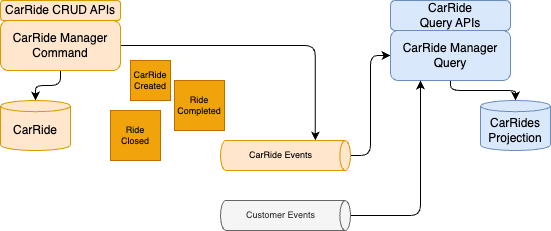
Earlier version of the draw.io export docs/diagrams/cqrs-es.drawio.png (jbcodeforce/autonomous-car-iac). Source tidied: cells renumbered, new cells last; positions are measured from the earlier drawing's top-left corner, leaving out a move shared by most shapes.
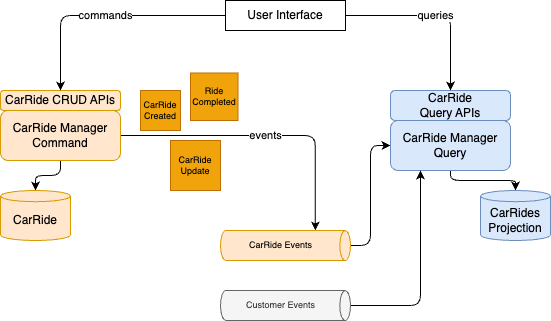
The same diagram one commit later.

Change to the diagram source:
```diff
@@ -2,7 +2,7 @@
   <root>
     <mxCell id="0" />
     <mxCell id="1" parent="0" />
-    <mxCell id="2" style="edgeStyle=orthogonalEdgeStyle;html=1;entryX=0;entryY=0;entryDx=0;entryDy=35.16603088378906;entryPerimeter=0;" parent="1" edge="1" source="4" target="7">
+    <mxCell id="2" value="events" style="edgeStyle=orthogonalEdgeStyle;html=1;entryX=0;entryY=0;entryDx=0;entryDy=35.16603088378906;entryPerimeter=0;" parent="1" edge="1" source="4" target="7">
       <mxGeometry relative="1" as="geometry" />
     </mxCell>
     <mxCell id="3" style="edgeStyle=orthogonalEdgeStyle;html=1;entryX=0.5;entryY=0;entryDx=0;entryDy=0;entryPerimeter=0;" parent="1" edge="1" source="4" target="11">
@@ -12,7 +12,7 @@
       <mxGeometry y="20" width="120" height="50" as="geometry" />
     </mxCell>
     <mxCell id="5" value="CarRide&lt;br&gt;Created" style="whiteSpace=wrap;html=1;fillColor=#f0a30a;fontColor=#000000;strokeColor=#BD7000;fontSize=9;" parent="1" vertex="1">
-      <mxGeometry x="130" y="60" width="40" height="40" as="geometry" />
+      <mxGeometry x="140" width="40" height="40" as="geometry" />
     </mxCell>
     <mxCell id="6" style="edgeStyle=orthogonalEdgeStyle;html=1;entryX=0;entryY=0.5;entryDx=0;entryDy=0;" parent="1" edge="1" source="7" target="13">
       <mxGeometry relative="1" as="geometry" />
@@ -21,10 +21,10 @@
       <mxGeometry x="270" y="90" width="30" height="130" as="geometry" />
     </mxCell>
     <mxCell id="8" value="Ride Completed" style="whiteSpace=wrap;html=1;fillColor=#f0a30a;fontColor=#000000;strokeColor=#BD7000;fontSize=9;" parent="1" vertex="1">
-      <mxGeometry x="174" y="80" width="50" height="50" as="geometry" />
+      <mxGeometry x="190" y="-17.5" width="47.5" height="47.5" as="geometry" />
     </mxCell>
-    <mxCell id="9" value="Ride Closed" style="whiteSpace=wrap;html=1;fillColor=#f0a30a;fontColor=#000000;strokeColor=#BD7000;fontSize=9;" parent="1" vertex="1">
-      <mxGeometry x="110" y="110" width="50" height="50" as="geometry" />
+    <mxCell id="9" value="CarRide Update" style="whiteSpace=wrap;html=1;fillColor=#f0a30a;fontColor=#000000;strokeColor=#BD7000;fontSize=9;" parent="1" vertex="1">
+      <mxGeometry x="170" y="50" width="50" height="50" as="geometry" />
     </mxCell>
     <mxCell id="10" value="CarRide CRUD APIs" style="rounded=1;whiteSpace=wrap;html=1;fillColor=#ffe6cc;strokeColor=#d79b00;" parent="1" vertex="1">
       <mxGeometry width="120" height="20" as="geometry" />
@@ -50,5 +50,14 @@
     <mxCell id="17" value="Customer Events" style="shape=cylinder3;whiteSpace=wrap;html=1;boundedLbl=1;backgroundOutline=1;size=5.332061767578125;fontSize=9;rotation=90;horizontal=0;fillColor=#f5f5f5;strokeColor=#666666;fontColor=#333333;" parent="1" vertex="1">
       <mxGeometry x="270" y="150" width="30" height="130" as="geometry" />
     </mxCell>
+    <mxCell id="18" value="commands" style="edgeStyle=orthogonalEdgeStyle;html=1;entryX=0.5;entryY=0;entryDx=0;entryDy=0;" parent="1" edge="1" source="20" target="10">
+      <mxGeometry relative="1" as="geometry" />
+    </mxCell>
+    <mxCell id="19" value="queries" style="edgeStyle=orthogonalEdgeStyle;html=1;entryX=0.5;entryY=0;entryDx=0;entryDy=0;" parent="1" edge="1" source="20" target="14">
+      <mxGeometry relative="1" as="geometry" />
+    </mxCell>
+    <mxCell id="20" value="User Interface" style="whiteSpace=wrap;html=1;" parent="1" vertex="1">
+      <mxGeometry x="225" y="-90" width="120" height="30" as="geometry" />
+    </mxCell>
   </root>
 </mxGraphModel>
```
